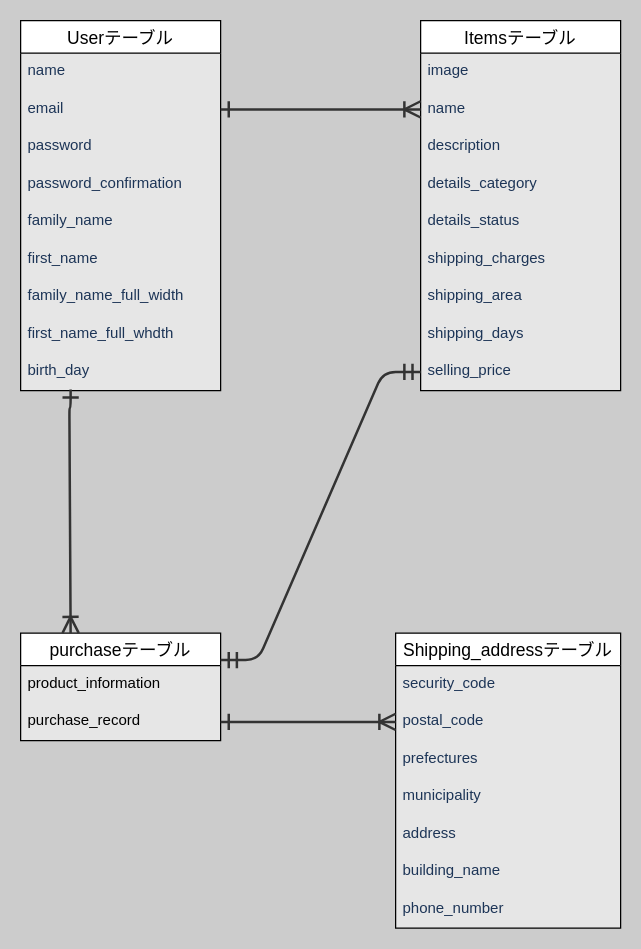
This is teble.dio from jenifa-moritakakun/furima-35570, a draw.io file, before an edit. Source tidied: cells renumbered, new cells numbered last; positions are measured from the earlier drawing's top-left corner, leaving out a move shared by most shapes. Both pictures are drawn from the tidied source at 125%, with x=0, y=0 at pixel (20, 20).
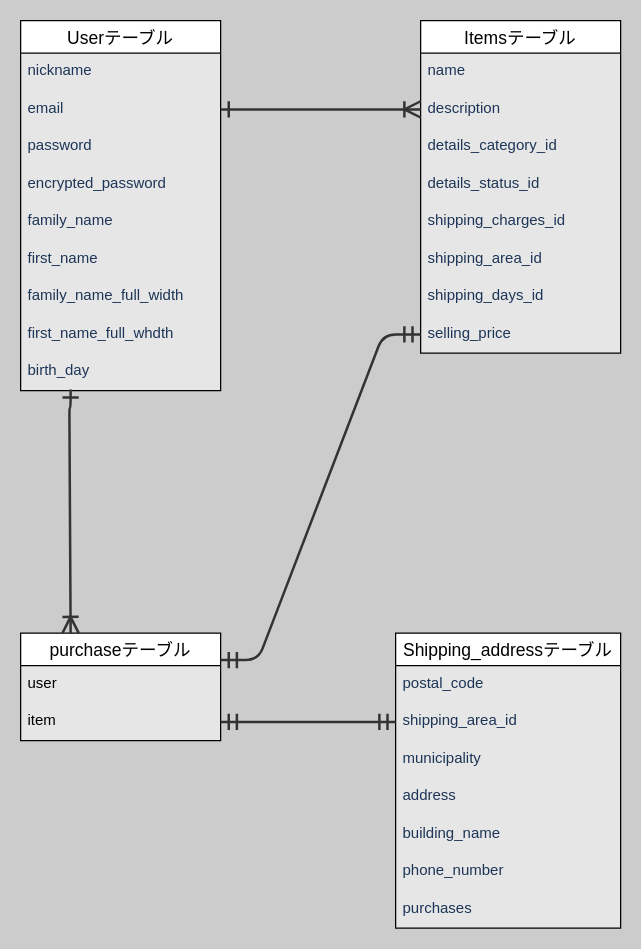
The same page after the edit.

Commit message (it also covers changes not shown here):
READMEとテーブル作成３

The change refers to these unchanged cells:
```xml
<mxCell id="2" value="Userテーブル" style="swimlane;fontStyle=0;horizontal=1;startSize=26;align=center;fontSize=14;swimlaneFillColor=#E6E6E6;strokeColor=#000000;" parent="1" vertex="1">
  <mxGeometry width="160" height="296" as="geometry" />
</mxCell>
<mxCell id="4" value="email" style="text;strokeColor=none;fillColor=none;spacingLeft=4;spacingRight=4;overflow=hidden;points=[[0,0.5],[1,0.5]];portConstraint=eastwest;fontSize=12;fontColor=#1D3557;" parent="2" vertex="1">
  <mxGeometry y="56" width="160" height="30" as="geometry" />
</mxCell>
<mxCell id="22" value="Shipping_addressテーブル" style="swimlane;fontStyle=0;horizontal=1;startSize=26;align=center;fontSize=14;swimlaneFillColor=#E6E6E6;strokeColor=#000000;" parent="1" vertex="1">
  <mxGeometry x="300" y="490" width="180" height="236" as="geometry" />
</mxCell>
<mxCell id="31" value="purchaseテーブル" style="swimlane;fontStyle=0;horizontal=1;startSize=26;align=center;fontSize=14;strokeColor=#000000;swimlaneFillColor=#E6E6E6;" parent="1" vertex="1">
  <mxGeometry y="490" width="160" height="86" as="geometry" />
</mxCell>
```

The edit, as a diff of the source:
```diff
@@
-    <mxCell id="3" value="name" style="text;strokeColor=none;fillColor=none;spacingLeft=4;spacingRight=4;overflow=hidden;fontSize=12;fontColor=#1D3557;" parent="2" vertex="1">
+    <mxCell id="3" value="nickname" style="text;strokeColor=none;fillColor=none;spacingLeft=4;spacingRight=4;overflow=hidden;fontSize=12;fontColor=#1D3557;" parent="2" vertex="1">
       <mxGeometry y="26" width="160" height="30" as="geometry" />
     </mxCell>
@@
-    <mxCell id="6" value="password_confirmation" style="text;strokeColor=none;fillColor=none;spacingLeft=4;spacingRight=4;overflow=hidden;fontSize=12;fontColor=#1D3557;" parent="2" vertex="1">
+    <mxCell id="6" value="encrypted_password" style="text;strokeColor=none;fillColor=none;spacingLeft=4;spacingRight=4;overflow=hidden;fontSize=12;fontColor=#1D3557;" parent="2" vertex="1">
       <mxGeometry y="116" width="160" height="30" as="geometry" />
     </mxCell>
@@
     <mxCell id="12" value="Itemsテーブル" style="swimlane;fontStyle=0;horizontal=1;startSize=26;align=center;fontSize=14;strokeColor=#000000;swimlaneFillColor=#E6E6E6;" parent="1" vertex="1">
-      <mxGeometry x="320" width="160" height="296" as="geometry" />
+      <mxGeometry x="320" width="160" height="266" as="geometry" />
     </mxCell>
-    <mxCell id="13" value="image" style="text;strokeColor=none;spacingLeft=4;spacingRight=4;overflow=hidden;fontSize=12;fontColor=#1D3557;" parent="12" vertex="1">
-      <mxGeometry y="26" width="160" height="30" as="geometry" />
-    </mxCell>
     <mxCell id="14" value="name" style="text;strokeColor=none;fillColor=none;spacingLeft=4;spacingRight=4;overflow=hidden;points=[[0,0.5],[1,0.5]];portConstraint=eastwest;fontSize=12;fontColor=#1D3557;" parent="12" vertex="1">
-      <mxGeometry y="56" width="160" height="30" as="geometry" />
+      <mxGeometry y="26" width="160" height="30" as="geometry" />
     </mxCell>
     <mxCell id="15" value="description" style="text;strokeColor=none;fillColor=none;spacingLeft=4;spacingRight=4;overflow=hidden;points=[[0,0.5],[1,0.5]];portConstraint=eastwest;fontSize=12;fontColor=#1D3557;" parent="12" vertex="1">
-      <mxGeometry y="86" width="160" height="30" as="geometry" />
+      <mxGeometry y="56" width="160" height="30" as="geometry" />
     </mxCell>
-    <mxCell id="16" value="details_category" style="text;strokeColor=none;fillColor=none;spacingLeft=4;spacingRight=4;overflow=hidden;fontSize=12;fontColor=#1D3557;" parent="12" vertex="1">
-      <mxGeometry y="116" width="160" height="30" as="geometry" />
+    <mxCell id="16" value="details_category_id" style="text;strokeColor=none;fillColor=none;spacingLeft=4;spacingRight=4;overflow=hidden;fontSize=12;fontColor=#1D3557;" parent="12" vertex="1">
+      <mxGeometry y="86" width="160" height="30" as="geometry" />
     </mxCell>
-    <mxCell id="17" value="details_status" style="text;strokeColor=none;fillColor=none;spacingLeft=4;spacingRight=4;overflow=hidden;fontSize=12;fontColor=#1D3557;" parent="12" vertex="1">
-      <mxGeometry y="146" width="160" height="30" as="geometry" />
+    <mxCell id="17" value="details_status_id" style="text;strokeColor=none;fillColor=none;spacingLeft=4;spacingRight=4;overflow=hidden;fontSize=12;fontColor=#1D3557;" parent="12" vertex="1">
+      <mxGeometry y="116" width="160" height="30" as="geometry" />
     </mxCell>
-    <mxCell id="18" value="shipping_charges" style="text;strokeColor=none;fillColor=none;spacingLeft=4;spacingRight=4;overflow=hidden;fontSize=12;fontColor=#1D3557;" parent="12" vertex="1">
-      <mxGeometry y="176" width="160" height="30" as="geometry" />
+    <mxCell id="18" value="shipping_charges_id" style="text;strokeColor=none;fillColor=none;spacingLeft=4;spacingRight=4;overflow=hidden;fontSize=12;fontColor=#1D3557;" parent="12" vertex="1">
+      <mxGeometry y="146" width="160" height="30" as="geometry" />
     </mxCell>
-    <mxCell id="19" value="shipping_area" style="text;strokeColor=none;fillColor=none;spacingLeft=4;spacingRight=4;overflow=hidden;fontSize=12;fontColor=#1D3557;" parent="12" vertex="1">
-      <mxGeometry y="206" width="160" height="30" as="geometry" />
+    <mxCell id="19" value="shipping_area_id" style="text;strokeColor=none;fillColor=none;spacingLeft=4;spacingRight=4;overflow=hidden;fontSize=12;fontColor=#1D3557;" parent="12" vertex="1">
+      <mxGeometry y="176" width="160" height="30" as="geometry" />
     </mxCell>
-    <mxCell id="20" value="shipping_days" style="text;strokeColor=none;fillColor=none;spacingLeft=4;spacingRight=4;overflow=hidden;fontSize=12;fontColor=#1D3557;" parent="12" vertex="1">
-      <mxGeometry y="236" width="160" height="30" as="geometry" />
+    <mxCell id="20" value="shipping_days_id" style="text;strokeColor=none;fillColor=none;spacingLeft=4;spacingRight=4;overflow=hidden;fontSize=12;fontColor=#1D3557;" parent="12" vertex="1">
+      <mxGeometry y="206" width="160" height="30" as="geometry" />
     </mxCell>
     <mxCell id="21" value="selling_price" style="text;strokeColor=none;fillColor=none;spacingLeft=4;spacingRight=4;overflow=hidden;points=[[0,0.5],[1,0.5]];portConstraint=eastwest;fontSize=12;fontColor=#1D3557;" parent="12" vertex="1">
-      <mxGeometry y="266" width="160" height="30" as="geometry" />
+      <mxGeometry y="236" width="160" height="30" as="geometry" />
     </mxCell>
@@
-    <mxCell id="23" value="security_code" style="text;strokeColor=none;fillColor=none;spacingLeft=4;spacingRight=4;overflow=hidden;fontSize=12;fontColor=#1D3557;" parent="22" vertex="1">
-      <mxGeometry y="26" width="180" height="30" as="geometry" />
-    </mxCell>
     <mxCell id="24" value="postal_code" style="text;strokeColor=none;fillColor=none;spacingLeft=4;spacingRight=4;overflow=hidden;points=[[0,0.5],[1,0.5]];portConstraint=eastwest;fontSize=12;fontColor=#1D3557;" parent="22" vertex="1">
-      <mxGeometry y="56" width="180" height="30" as="geometry" />
+      <mxGeometry y="26" width="180" height="30" as="geometry" />
     </mxCell>
-    <mxCell id="25" value="prefectures" style="text;strokeColor=none;fillColor=none;spacingLeft=4;spacingRight=4;overflow=hidden;points=[[0,0.5],[1,0.5]];portConstraint=eastwest;fontSize=12;fontColor=#1D3557;" parent="22" vertex="1">
-      <mxGeometry y="86" width="180" height="30" as="geometry" />
+    <mxCell id="25" value="shipping_area_id" style="text;strokeColor=none;fillColor=none;spacingLeft=4;spacingRight=4;overflow=hidden;points=[[0,0.5],[1,0.5]];portConstraint=eastwest;fontSize=12;fontColor=#1D3557;" parent="22" vertex="1">
+      <mxGeometry y="56" width="180" height="30" as="geometry" />
     </mxCell>
     <mxCell id="26" value="municipality" style="text;strokeColor=none;fillColor=none;spacingLeft=4;spacingRight=4;overflow=hidden;fontSize=12;fontColor=#1D3557;" parent="22" vertex="1">
-      <mxGeometry y="116" width="180" height="30" as="geometry" />
+      <mxGeometry y="86" width="180" height="30" as="geometry" />
     </mxCell>
     <mxCell id="27" value="address" style="text;strokeColor=none;fillColor=none;spacingLeft=4;spacingRight=4;overflow=hidden;fontSize=12;fontColor=#1D3557;" parent="22" vertex="1">
-      <mxGeometry y="146" width="180" height="30" as="geometry" />
+      <mxGeometry y="116" width="180" height="30" as="geometry" />
     </mxCell>
     <mxCell id="28" value="building_name" style="text;strokeColor=none;fillColor=none;spacingLeft=4;spacingRight=4;overflow=hidden;fontSize=12;fontColor=#1D3557;" parent="22" vertex="1">
-      <mxGeometry y="176" width="180" height="30" as="geometry" />
+      <mxGeometry y="146" width="180" height="30" as="geometry" />
     </mxCell>
     <mxCell id="29" value="phone_number" style="text;strokeColor=none;fillColor=none;spacingLeft=4;spacingRight=4;overflow=hidden;fontSize=12;fontColor=#1D3557;" parent="22" vertex="1">
-      <mxGeometry y="206" width="180" height="30" as="geometry" />
+      <mxGeometry y="176" width="180" height="30" as="geometry" />
     </mxCell>
+    <mxCell id="37" value="purchases" style="text;strokeColor=none;fillColor=none;spacingLeft=4;spacingRight=4;overflow=hidden;fontSize=12;fontColor=#1D3557;" parent="22" vertex="1">
+      <mxGeometry y="206" width="180" height="30" as="geometry" />
+    </mxCell>
-    <mxCell id="30" style="edgeStyle=entityRelationEdgeStyle;fontSize=12;html=1;endArrow=ERoneToMany;strokeColor=#333333;strokeWidth=2;fillColor=#A8DADC;entryX=0;entryY=0.5;entryDx=0;entryDy=0;exitX=1;exitY=0.5;exitDx=0;exitDy=0;endSize=10;startArrow=ERone;startFill=0;startSize=10;" parent="1" edge="1" source="4" target="14">
+    <mxCell id="30" style="edgeStyle=entityRelationEdgeStyle;fontSize=12;html=1;endArrow=ERoneToMany;strokeColor=#333333;strokeWidth=2;fillColor=#A8DADC;entryX=0;entryY=0.5;entryDx=0;entryDy=0;exitX=1;exitY=0.5;exitDx=0;exitDy=0;endSize=10;startArrow=ERone;startFill=0;startSize=10;" parent="1" edge="1" source="4" target="15">
       <mxGeometry relative="1" as="geometry" />
     </mxCell>
@@
-    <mxCell id="32" value="product_information" style="text;strokeColor=none;fillColor=none;spacingLeft=4;spacingRight=4;overflow=hidden;fontSize=12;fontColor=#000000;" parent="31" vertex="1">
+    <mxCell id="32" value="user" style="text;strokeColor=none;fillColor=none;spacingLeft=4;spacingRight=4;overflow=hidden;fontSize=12;fontColor=#000000;" parent="31" vertex="1">
       <mxGeometry y="26" width="160" height="30" as="geometry" />
     </mxCell>
-    <mxCell id="33" value="purchase_record" style="text;strokeColor=none;fillColor=none;spacingLeft=4;spacingRight=4;overflow=hidden;points=[[0,0.5],[1,0.5]];portConstraint=eastwest;fontSize=12;fontColor=#000000;" parent="31" vertex="1">
+    <mxCell id="33" value="item" style="text;strokeColor=none;fillColor=none;spacingLeft=4;spacingRight=4;overflow=hidden;points=[[0,0.5],[1,0.5]];portConstraint=eastwest;fontSize=12;fontColor=#000000;" parent="31" vertex="1">
       <mxGeometry y="56" width="160" height="30" as="geometry" />
     </mxCell>
-    <mxCell id="34" style="edgeStyle=entityRelationEdgeStyle;fontSize=12;html=1;endArrow=ERoneToMany;strokeColor=#333333;strokeWidth=2;fillColor=#A8DADC;entryX=0;entryY=0.5;entryDx=0;entryDy=0;startArrow=ERone;startFill=0;endSize=10;startSize=10;exitX=1;exitY=0.5;exitDx=0;exitDy=0;" parent="1" edge="1" source="33" target="24">
+    <mxCell id="34" style="edgeStyle=entityRelationEdgeStyle;fontSize=12;html=1;endArrow=ERmandOne;strokeColor=#333333;strokeWidth=2;fillColor=#A8DADC;entryX=0;entryY=0.5;entryDx=0;entryDy=0;startArrow=ERmandOne;startFill=0;endSize=10;startSize=10;exitX=1;exitY=0.5;exitDx=0;exitDy=0;endFill=0;" parent="1" edge="1" source="33" target="25">
       <mxGeometry relative="1" as="geometry" />
     </mxCell>
```
